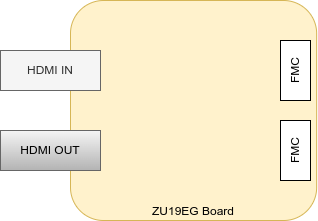
Before: LK HDMI Demo.png, a diagram exported from draw.io (belanasaikiran/FlowCharts). Source tidied: cells renumbered, new cells last; positions are measured from the earlier drawing's top-left corner, leaving out a move shared by most shapes.
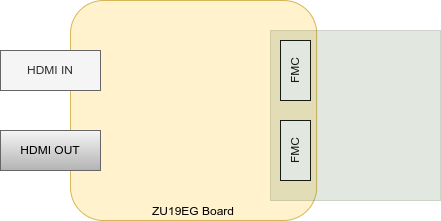
Later version of the same file.

The edit, as a diff of the source:
```diff
@@ -17,5 +17,8 @@
     <mxCell id="6" value="FMC" style="rounded=0;whiteSpace=wrap;html=1;fillColor=default;labelPosition=center;verticalLabelPosition=middle;align=center;verticalAlign=middle;horizontal=0;" parent="1" vertex="1">
       <mxGeometry x="280" y="120" width="30" height="60" as="geometry" />
     </mxCell>
+    <mxCell id="7" style="rounded=0;whiteSpace=wrap;html=1;fillStyle=solid;glass=0;shadow=0;sketch=0;opacity=20;fillColor=#6d8764;strokeColor=#3A5431;fontColor=#ffffff;" parent="1" vertex="1">
+      <mxGeometry x="270" y="30" width="170" height="170" as="geometry" />
+    </mxCell>
   </root>
 </mxGraphModel>
```
